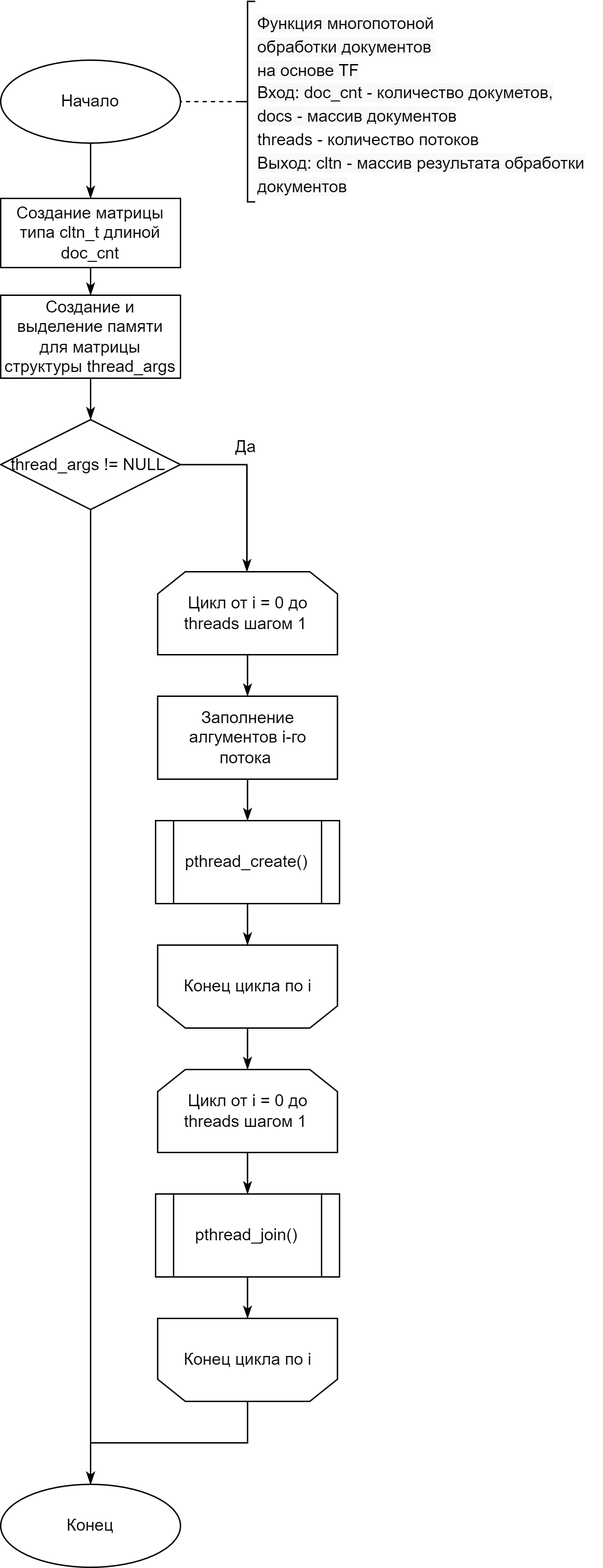
Above: lab_04/docs/img/parallel.png in Mansurow/bmstu-iu7-5sem-AA (draw.io), before the change. Source tidied: cells renumbered, new cells last; positions are measured from the earlier drawing's top-left corner, leaving out a move shared by most shapes.
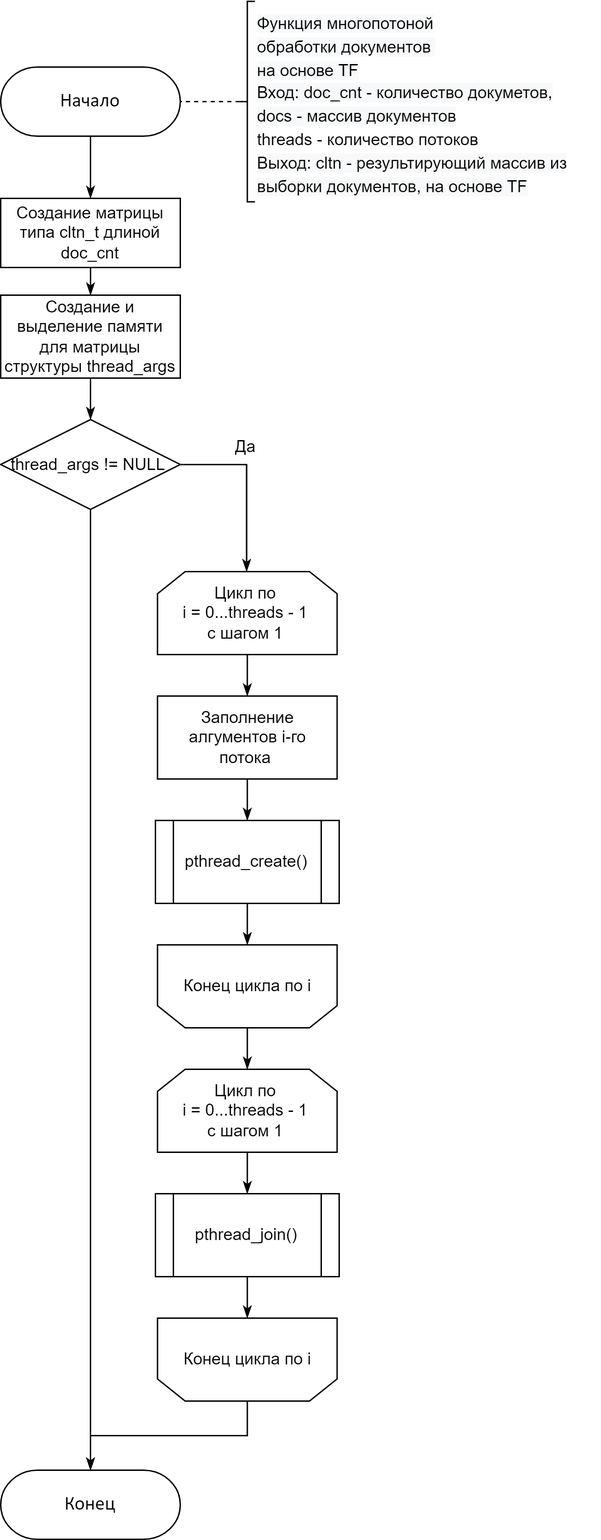
After the commit.

Diff of the diagram source:
```diff
@@ -5,18 +5,12 @@
     <mxCell id="2" style="edgeStyle=orthogonalEdgeStyle;rounded=0;jettySize=auto;html=1;fontSize=12;endArrow=classicThin;endFill=1;" parent="1" edge="1" source="3" target="8">
       <mxGeometry relative="1" as="geometry" />
     </mxCell>
-    <mxCell id="3" value="Начало" style="strokeWidth=1;html=1;shape=mxgraph.flowchart.start_1;whiteSpace=wrap;" parent="1" vertex="1">
-      <mxGeometry y="42" width="130" height="60" as="geometry" />
-    </mxCell>
-    <mxCell id="4" style="edgeStyle=orthogonalEdgeStyle;rounded=0;jettySize=auto;html=1;exitX=0;exitY=0.5;exitDx=0;exitDy=0;exitPerimeter=0;entryX=1;entryY=0.5;entryDx=0;entryDy=0;entryPerimeter=0;endArrow=none;endFill=0;dashed=1;" parent="1" edge="1" source="5" target="3">
+    <mxCell id="4" style="edgeStyle=orthogonalEdgeStyle;rounded=0;jettySize=auto;html=1;exitX=0;exitY=0.5;exitDx=0;exitDy=0;exitPerimeter=0;endArrow=none;endFill=0;dashed=1;" parent="1" edge="1" source="5" target="3">
       <mxGeometry relative="1" as="geometry" />
     </mxCell>
     <mxCell id="5" style="strokeWidth=1;html=1;shape=mxgraph.flowchart.annotation_2;align=left;labelPosition=right;rounded=0;" parent="1" vertex="1">
       <mxGeometry x="173" y="-0.5" width="11" height="145" as="geometry" />
     </mxCell>
-    <mxCell id="6" value="Конец" style="strokeWidth=1;html=1;shape=mxgraph.flowchart.start_1;whiteSpace=wrap;" parent="1" vertex="1">
-      <mxGeometry y="1072" width="130" height="60" as="geometry" />
-    </mxCell>
     <mxCell id="7" style="edgeStyle=orthogonalEdgeStyle;rounded=0;jettySize=auto;html=1;fontSize=14;endArrow=classicThin;endFill=1;" parent="1" edge="1" source="8" target="18">
       <mxGeometry relative="1" as="geometry" />
     </mxCell>
@@ -35,7 +29,7 @@
         <mxPoint y="-14" as="offset" />
       </mxGeometry>
     </mxCell>
-    <mxCell id="11" style="edgeStyle=orthogonalEdgeStyle;rounded=0;jettySize=auto;html=1;exitX=0.5;exitY=1;exitDx=0;exitDy=0;exitPerimeter=0;entryX=0.5;entryY=0;entryDx=0;entryDy=0;entryPerimeter=0;fontSize=12;endArrow=classicThin;endFill=1;" parent="1" edge="1" source="12" target="6">
+    <mxCell id="11" style="edgeStyle=orthogonalEdgeStyle;rounded=0;jettySize=auto;html=1;exitX=0.5;exitY=1;exitDx=0;exitDy=0;exitPerimeter=0;fontSize=12;endArrow=classicThin;endFill=1;" parent="1" edge="1" source="12" target="6">
       <mxGeometry relative="1" as="geometry" />
     </mxCell>
     <mxCell id="12" value="thread_args != NULL&amp;nbsp;" style="strokeWidth=1;html=1;shape=mxgraph.flowchart.decision;whiteSpace=wrap;" parent="1" vertex="1">
@@ -44,7 +38,7 @@
     <mxCell id="13" style="edgeStyle=orthogonalEdgeStyle;rounded=0;jettySize=auto;html=1;fontSize=12;endArrow=classicThin;endFill=1;" parent="1" edge="1" source="14" target="23">
       <mxGeometry relative="1" as="geometry" />
     </mxCell>
-    <mxCell id="14" value="Цикл от i = 0 до threads шагом 1&amp;nbsp;" style="shape=loopLimit;whiteSpace=wrap;html=1;" parent="1" vertex="1">
+    <mxCell id="14" value="Цикл по &lt;br&gt;i = 0...threads - 1 &lt;br&gt;с шагом 1&amp;nbsp;" style="shape=loopLimit;whiteSpace=wrap;html=1;" parent="1" vertex="1">
       <mxGeometry x="113.5" y="412" width="130" height="60" as="geometry" />
     </mxCell>
     <mxCell id="15" style="edgeStyle=orthogonalEdgeStyle;rounded=0;jettySize=auto;html=1;fontSize=12;endArrow=classicThin;endFill=1;" parent="1" edge="1" source="16" target="25">
@@ -59,7 +53,7 @@
     <mxCell id="18" value="Создание и выделение памяти для матрицы структуры thread_args" style="rounded=0;whiteSpace=wrap;html=1;absoluteArcSize=1;arcSize=14;strokeWidth=1;" parent="1" vertex="1">
       <mxGeometry y="212" width="130" height="60" as="geometry" />
     </mxCell>
-    <mxCell id="19" value="&lt;font style=&quot;font-size: 12px;&quot;&gt;&lt;span style=&quot;color: rgb(0, 0, 0); font-family: Helvetica; font-style: normal; font-variant-ligatures: normal; font-variant-caps: normal; font-weight: 400; letter-spacing: normal; orphans: 2; text-align: left; text-indent: 0px; text-transform: none; widows: 2; word-spacing: 0px; -webkit-text-stroke-width: 0px; background-color: rgb(248, 249, 250); text-decoration-thickness: initial; text-decoration-style: initial; text-decoration-color: initial; float: none; display: inline !important;&quot;&gt;Функция многопотоной&lt;/span&gt;&lt;br style=&quot;color: rgb(0, 0, 0); font-family: Helvetica; font-style: normal; font-variant-ligatures: normal; font-variant-caps: normal; font-weight: 400; letter-spacing: normal; orphans: 2; text-align: left; text-indent: 0px; text-transform: none; widows: 2; word-spacing: 0px; -webkit-text-stroke-width: 0px; background-color: rgb(248, 249, 250); text-decoration-thickness: initial; text-decoration-style: initial; text-decoration-color: initial;&quot;&gt;&lt;span style=&quot;color: rgb(0, 0, 0); font-family: Helvetica; font-style: normal; font-variant-ligatures: normal; font-variant-caps: normal; font-weight: 400; letter-spacing: normal; orphans: 2; text-align: left; text-indent: 0px; text-transform: none; widows: 2; word-spacing: 0px; -webkit-text-stroke-width: 0px; background-color: rgb(248, 249, 250); text-decoration-thickness: initial; text-decoration-style: initial; text-decoration-color: initial; float: none; display: inline !important;&quot;&gt;обработки документов&amp;nbsp;&lt;/span&gt;&lt;br style=&quot;color: rgb(0, 0, 0); font-family: Helvetica; font-style: normal; font-variant-ligatures: normal; font-variant-caps: normal; font-weight: 400; letter-spacing: normal; orphans: 2; text-align: left; text-indent: 0px; text-transform: none; widows: 2; word-spacing: 0px; -webkit-text-stroke-width: 0px; background-color: rgb(248, 249, 250); text-decoration-thickness: initial; text-decoration-style: initial; text-decoration-color: initial;&quot;&gt;&lt;span style=&quot;color: rgb(0, 0, 0); font-family: Helvetica; font-style: normal; font-variant-ligatures: normal; font-variant-caps: normal; font-weight: 400; letter-spacing: normal; orphans: 2; text-align: left; text-indent: 0px; text-transform: none; widows: 2; word-spacing: 0px; -webkit-text-stroke-width: 0px; background-color: rgb(248, 249, 250); text-decoration-thickness: initial; text-decoration-style: initial; text-decoration-color: initial; float: none; display: inline !important;&quot;&gt;на основе TF&lt;/span&gt;&lt;br style=&quot;color: rgb(0, 0, 0); font-family: Helvetica; font-style: normal; font-variant-ligatures: normal; font-variant-caps: normal; font-weight: 400; letter-spacing: normal; orphans: 2; text-align: left; text-indent: 0px; text-transform: none; widows: 2; word-spacing: 0px; -webkit-text-stroke-width: 0px; background-color: rgb(248, 249, 250); text-decoration-thickness: initial; text-decoration-style: initial; text-decoration-color: initial;&quot;&gt;&lt;span style=&quot;color: rgb(0, 0, 0); font-family: Helvetica; font-style: normal; font-variant-ligatures: normal; font-variant-caps: normal; font-weight: 400; letter-spacing: normal; orphans: 2; text-align: left; text-indent: 0px; text-transform: none; widows: 2; word-spacing: 0px; -webkit-text-stroke-width: 0px; background-color: rgb(248, 249, 250); text-decoration-thickness: initial; text-decoration-style: initial; text-decoration-color: initial; float: none; display: inline !important;&quot;&gt;Вход: doc_cnt - количество докуметов,&lt;/span&gt;&lt;br style=&quot;color: rgb(0, 0, 0); font-family: Helvetica; font-style: normal; font-variant-ligatures: normal; font-variant-caps: normal; font-weight: 400; letter-spacing: normal; orphans: 2; text-align: left; text-indent: 0px; text-transform: none; widows: 2; word-spacing: 0px; -webkit-text-stroke-width: 0px; background-color: rgb(248, 249, 250); text-decoration-thickness: initial; text-decoration-style: initial; text-decoration-color: initial;&quot;&gt;&lt;span style=&quot;color: rgb(0, 0, 0); font-family: Helvetica; font-style: normal; font-variant-ligatures: normal; font-variant-caps: normal; font-weight: 400; letter-spacing: normal; orphans: 2; text-align: left; text-indent: 0px; text-transform: none; widows: 2; word-spacing: 0px; -webkit-text-stroke-width: 0px; background-color: rgb(248, 249, 250); text-decoration-thickness: initial; text-decoration-style: initial; text-decoration-color: initial; float: none; display: inline !important;&quot;&gt;docs - массив документов&lt;br&gt;&lt;/span&gt;threads - количество потоков&lt;br style=&quot;color: rgb(0, 0, 0); font-family: Helvetica; font-style: normal; font-variant-ligatures: normal; font-variant-caps: normal; font-weight: 400; letter-spacing: normal; orphans: 2; text-align: left; text-indent: 0px; text-transform: none; widows: 2; word-spacing: 0px; -webkit-text-stroke-width: 0px; background-color: rgb(248, 249, 250); text-decoration-thickness: initial; text-decoration-style: initial; text-decoration-color: initial;&quot;&gt;&lt;span style=&quot;color: rgb(0, 0, 0); font-family: Helvetica; font-style: normal; font-variant-ligatures: normal; font-variant-caps: normal; font-weight: 400; letter-spacing: normal; orphans: 2; text-align: left; text-indent: 0px; text-transform: none; widows: 2; word-spacing: 0px; -webkit-text-stroke-width: 0px; background-color: rgb(248, 249, 250); text-decoration-thickness: initial; text-decoration-style: initial; text-decoration-color: initial; float: none; display: inline !important;&quot;&gt;Выход: cltn - массив результата&amp;nbsp;&lt;/span&gt;&lt;span style=&quot;color: rgb(0, 0, 0); font-family: Helvetica; font-style: normal; font-variant-ligatures: normal; font-variant-caps: normal; font-weight: 400; letter-spacing: normal; orphans: 2; text-align: left; text-indent: 0px; text-transform: none; widows: 2; word-spacing: 0px; -webkit-text-stroke-width: 0px; background-color: rgb(248, 249, 250); text-decoration-thickness: initial; text-decoration-style: initial; text-decoration-color: initial; float: none; display: inline !important;&quot;&gt;обработки документов&lt;/span&gt;&lt;/font&gt;" style="text;whiteSpace=wrap;html=1;fontSize=14;" parent="1" vertex="1">
+    <mxCell id="19" value="&lt;font style=&quot;font-size: 12px;&quot;&gt;&lt;span style=&quot;color: rgb(0, 0, 0); font-family: Helvetica; font-style: normal; font-variant-ligatures: normal; font-variant-caps: normal; font-weight: 400; letter-spacing: normal; orphans: 2; text-align: left; text-indent: 0px; text-transform: none; widows: 2; word-spacing: 0px; -webkit-text-stroke-width: 0px; background-color: rgb(248, 249, 250); text-decoration-thickness: initial; text-decoration-style: initial; text-decoration-color: initial; float: none; display: inline !important;&quot;&gt;Функция многопотоной&lt;/span&gt;&lt;br style=&quot;color: rgb(0, 0, 0); font-family: Helvetica; font-style: normal; font-variant-ligatures: normal; font-variant-caps: normal; font-weight: 400; letter-spacing: normal; orphans: 2; text-align: left; text-indent: 0px; text-transform: none; widows: 2; word-spacing: 0px; -webkit-text-stroke-width: 0px; background-color: rgb(248, 249, 250); text-decoration-thickness: initial; text-decoration-style: initial; text-decoration-color: initial;&quot;&gt;&lt;span style=&quot;color: rgb(0, 0, 0); font-family: Helvetica; font-style: normal; font-variant-ligatures: normal; font-variant-caps: normal; font-weight: 400; letter-spacing: normal; orphans: 2; text-align: left; text-indent: 0px; text-transform: none; widows: 2; word-spacing: 0px; -webkit-text-stroke-width: 0px; background-color: rgb(248, 249, 250); text-decoration-thickness: initial; text-decoration-style: initial; text-decoration-color: initial; float: none; display: inline !important;&quot;&gt;обработки документов&amp;nbsp;&lt;/span&gt;&lt;br style=&quot;color: rgb(0, 0, 0); font-family: Helvetica; font-style: normal; font-variant-ligatures: normal; font-variant-caps: normal; font-weight: 400; letter-spacing: normal; orphans: 2; text-align: left; text-indent: 0px; text-transform: none; widows: 2; word-spacing: 0px; -webkit-text-stroke-width: 0px; background-color: rgb(248, 249, 250); text-decoration-thickness: initial; text-decoration-style: initial; text-decoration-color: initial;&quot;&gt;&lt;span style=&quot;color: rgb(0, 0, 0); font-family: Helvetica; font-style: normal; font-variant-ligatures: normal; font-variant-caps: normal; font-weight: 400; letter-spacing: normal; orphans: 2; text-align: left; text-indent: 0px; text-transform: none; widows: 2; word-spacing: 0px; -webkit-text-stroke-width: 0px; background-color: rgb(248, 249, 250); text-decoration-thickness: initial; text-decoration-style: initial; text-decoration-color: initial; float: none; display: inline !important;&quot;&gt;на основе TF&lt;/span&gt;&lt;br style=&quot;color: rgb(0, 0, 0); font-family: Helvetica; font-style: normal; font-variant-ligatures: normal; font-variant-caps: normal; font-weight: 400; letter-spacing: normal; orphans: 2; text-align: left; text-indent: 0px; text-transform: none; widows: 2; word-spacing: 0px; -webkit-text-stroke-width: 0px; background-color: rgb(248, 249, 250); text-decoration-thickness: initial; text-decoration-style: initial; text-decoration-color: initial;&quot;&gt;&lt;span style=&quot;color: rgb(0, 0, 0); font-family: Helvetica; font-style: normal; font-variant-ligatures: normal; font-variant-caps: normal; font-weight: 400; letter-spacing: normal; orphans: 2; text-align: left; text-indent: 0px; text-transform: none; widows: 2; word-spacing: 0px; -webkit-text-stroke-width: 0px; background-color: rgb(248, 249, 250); text-decoration-thickness: initial; text-decoration-style: initial; text-decoration-color: initial; float: none; display: inline !important;&quot;&gt;Вход: doc_cnt - количество докуметов,&lt;/span&gt;&lt;br style=&quot;color: rgb(0, 0, 0); font-family: Helvetica; font-style: normal; font-variant-ligatures: normal; font-variant-caps: normal; font-weight: 400; letter-spacing: normal; orphans: 2; text-align: left; text-indent: 0px; text-transform: none; widows: 2; word-spacing: 0px; -webkit-text-stroke-width: 0px; background-color: rgb(248, 249, 250); text-decoration-thickness: initial; text-decoration-style: initial; text-decoration-color: initial;&quot;&gt;&lt;span style=&quot;color: rgb(0, 0, 0); font-family: Helvetica; font-style: normal; font-variant-ligatures: normal; font-variant-caps: normal; font-weight: 400; letter-spacing: normal; orphans: 2; text-align: left; text-indent: 0px; text-transform: none; widows: 2; word-spacing: 0px; -webkit-text-stroke-width: 0px; background-color: rgb(248, 249, 250); text-decoration-thickness: initial; text-decoration-style: initial; text-decoration-color: initial; float: none; display: inline !important;&quot;&gt;docs - массив документов&lt;br&gt;&lt;/span&gt;threads - количество потоков&lt;br style=&quot;color: rgb(0, 0, 0); font-family: Helvetica; font-style: normal; font-variant-ligatures: normal; font-variant-caps: normal; font-weight: 400; letter-spacing: normal; orphans: 2; text-align: left; text-indent: 0px; text-transform: none; widows: 2; word-spacing: 0px; -webkit-text-stroke-width: 0px; background-color: rgb(248, 249, 250); text-decoration-thickness: initial; text-decoration-style: initial; text-decoration-color: initial;&quot;&gt;&lt;span style=&quot;color: rgb(0, 0, 0); font-family: Helvetica; font-style: normal; font-variant-ligatures: normal; font-variant-caps: normal; font-weight: 400; letter-spacing: normal; orphans: 2; text-align: left; text-indent: 0px; text-transform: none; widows: 2; word-spacing: 0px; -webkit-text-stroke-width: 0px; background-color: rgb(248, 249, 250); text-decoration-thickness: initial; text-decoration-style: initial; text-decoration-color: initial; float: none; display: inline !important;&quot;&gt;Выход: cltn - результирующий массив из выборки&lt;/span&gt;&lt;span style=&quot;color: rgb(0, 0, 0); font-family: Helvetica; font-style: normal; font-variant-ligatures: normal; font-variant-caps: normal; font-weight: 400; letter-spacing: normal; orphans: 2; text-align: left; text-indent: 0px; text-transform: none; widows: 2; word-spacing: 0px; -webkit-text-stroke-width: 0px; background-color: rgb(248, 249, 250); text-decoration-thickness: initial; text-decoration-style: initial; text-decoration-color: initial; float: none; display: inline !important;&quot;&gt;&amp;nbsp;документов, на основе TF&lt;/span&gt;&lt;/font&gt;" style="text;whiteSpace=wrap;html=1;fontSize=14;" parent="1" vertex="1">
       <mxGeometry x="184" y="-0.5" width="250" height="120" as="geometry" />
     </mxCell>
     <mxCell id="20" style="edgeStyle=orthogonalEdgeStyle;rounded=0;jettySize=auto;html=1;fontSize=12;endArrow=classicThin;endFill=1;" parent="1" edge="1" source="21" target="16">
@@ -77,7 +71,7 @@
     <mxCell id="24" style="edgeStyle=orthogonalEdgeStyle;rounded=0;jettySize=auto;html=1;fontSize=12;endArrow=classicThin;endFill=1;" parent="1" edge="1" source="25" target="29">
       <mxGeometry relative="1" as="geometry" />
     </mxCell>
-    <mxCell id="25" value="Цикл от i = 0 до threads шагом 1&amp;nbsp;" style="shape=loopLimit;whiteSpace=wrap;html=1;" parent="1" vertex="1">
+    <mxCell id="25" value="Цикл по &lt;br&gt;i = 0...threads - 1 &lt;br&gt;с шагом 1&amp;nbsp;" style="shape=loopLimit;whiteSpace=wrap;html=1;" parent="1" vertex="1">
       <mxGeometry x="113.5" y="772" width="130" height="60" as="geometry" />
     </mxCell>
     <mxCell id="26" style="edgeStyle=orthogonalEdgeStyle;rounded=0;jettySize=auto;html=1;exitX=0.5;exitY=1;exitDx=0;exitDy=0;fontSize=12;endArrow=classicThin;endFill=1;" parent="1" edge="1" source="27" target="6">
@@ -92,5 +86,11 @@
     <mxCell id="29" value="pthread_join()" style="shape=process;whiteSpace=wrap;html=1;backgroundOutline=1;" parent="1" vertex="1">
       <mxGeometry x="112" y="862" width="133" height="60" as="geometry" />
     </mxCell>
+    <mxCell id="3" value="&lt;div style=&quot;&quot;&gt;&lt;font style=&quot;font-family: Calibri; color: rgb(0, 0, 0); direction: ltr; letter-spacing: 0px; line-height: 120%; opacity: 1;&quot;&gt;&lt;font style=&quot;font-size: 14px;&quot;&gt;Начало&lt;/font&gt;&lt;br&gt;&lt;/font&gt;&lt;/div&gt;" style="verticalAlign=middle;align=center;vsdxID=1;fillColor=#FFFFFF;gradientColor=none;shape=(stored shape, 240 characters);strokeColor=#000000;spacingTop=-1;spacingBottom=-1;spacingLeft=-1;spacingRight=-1;points=[[0.5,0,0],[0.5,0.5,0],[1,0.5,0]];labelBackgroundColor=none;rounded=0;html=1;whiteSpace=wrap;" parent="1" vertex="1">
+      <mxGeometry y="47" width="130" height="50" as="geometry" />
+    </mxCell>
+    <mxCell id="6" value="&lt;div style=&quot;&quot;&gt;&lt;font style=&quot;font-family: Calibri; color: rgb(0, 0, 0); direction: ltr; letter-spacing: 0px; line-height: 120%; opacity: 1; font-size: 14px;&quot;&gt;Конец&lt;/font&gt;&lt;/div&gt;" style="verticalAlign=middle;align=center;vsdxID=1;fillColor=#FFFFFF;gradientColor=none;shape=(stored shape, 240 characters);strokeColor=#000000;spacingTop=-1;spacingBottom=-1;spacingLeft=-1;spacingRight=-1;points=[[0.5,0,0],[0.5,0.5,0],[1,0.5,0]];labelBackgroundColor=none;rounded=0;html=1;whiteSpace=wrap;" parent="1" vertex="1">
+      <mxGeometry y="1062" width="130" height="50" as="geometry" />
+    </mxCell>
   </root>
 </mxGraphModel>
```
